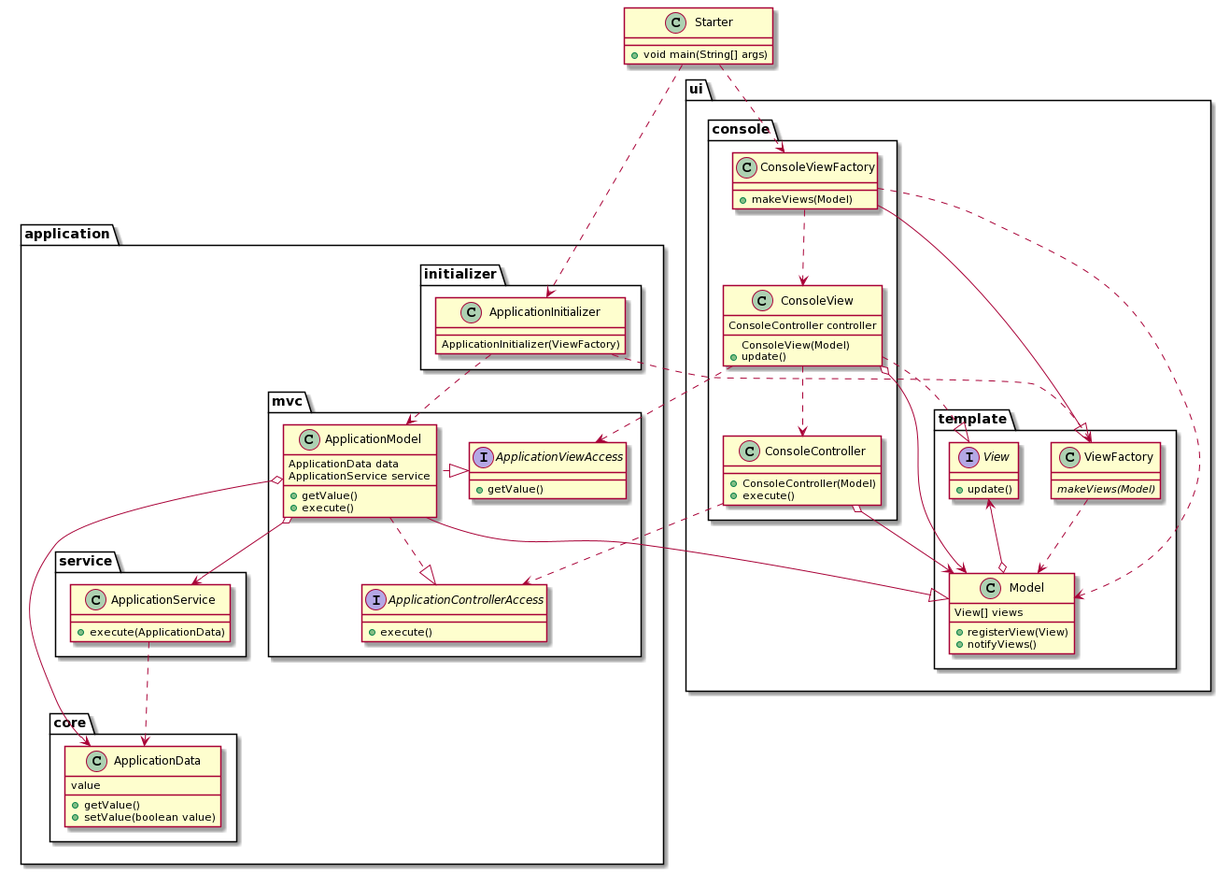
Above: uml/mvc.png in Erwerner/MVCTemplate (PlantUML), before the change.
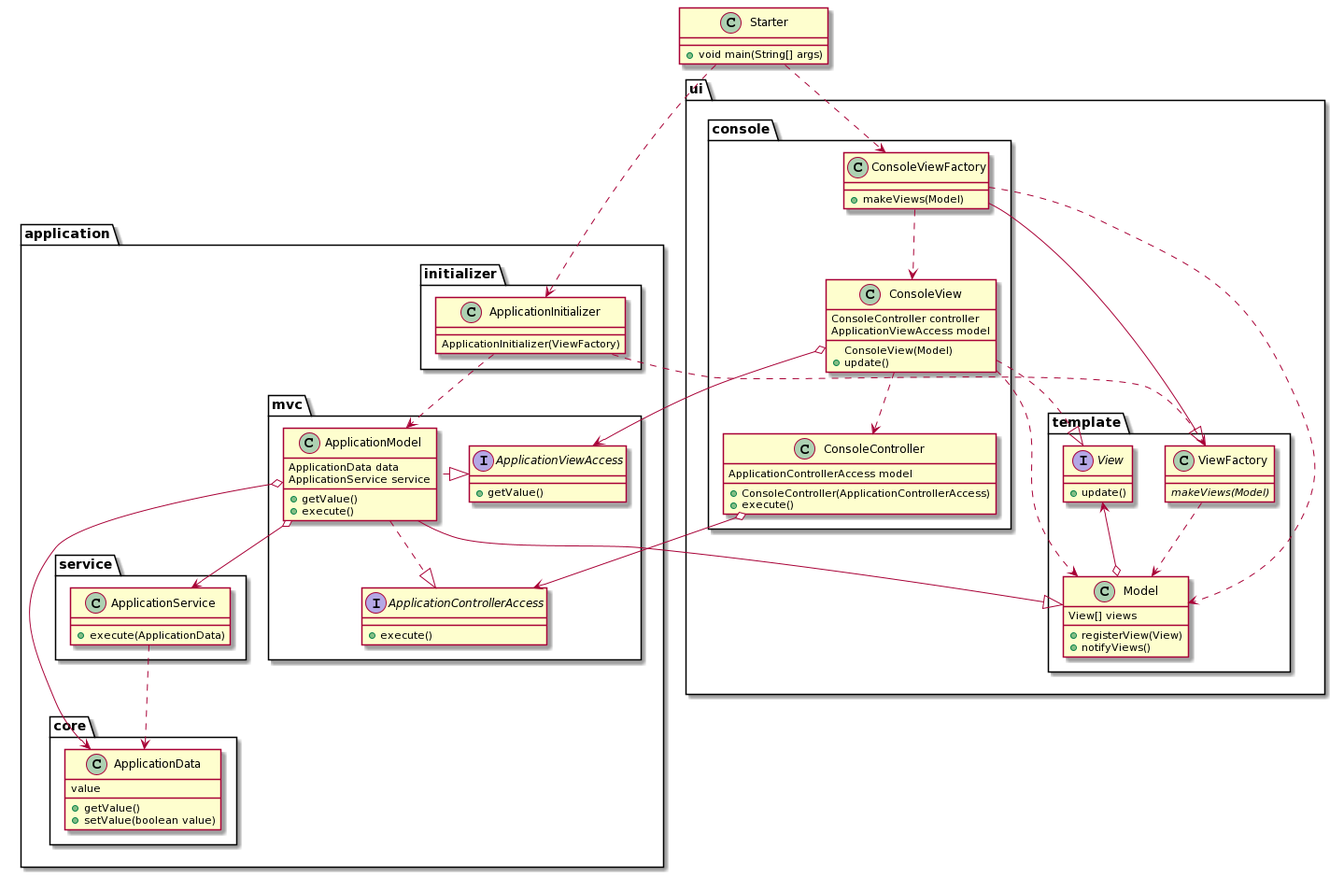
Above is the later version.

Change to the diagram source:
```diff
@@ -56,12 +56,14 @@
     package console{
 class ConsoleController
 {
-+ ConsoleController(Model)
+ApplicationControllerAccess model
++ ConsoleController(ApplicationControllerAccess)
 + execute()
 }
 class ConsoleView
 {
 ConsoleController controller
+ApplicationViewAccess model
 ConsoleView(Model)
 + update()
 }
@@ -87,13 +89,13 @@
 
 ApplicationService ..> ApplicationData
 
-ConsoleController ..> ApplicationControllerAccess
+ConsoleController o--> ApplicationControllerAccess
+
+ConsoleView ..> Model
+ConsoleView o-->ApplicationViewAccess
 
 ConsoleView ..|> View
-ConsoleView ..> ApplicationViewAccess
 ConsoleView ..> ConsoleController
-ConsoleView o-->Model
-ConsoleController o-->Model
 
 ConsoleViewFactory --|> ViewFactory
 ConsoleViewFactory ..> Model
```
